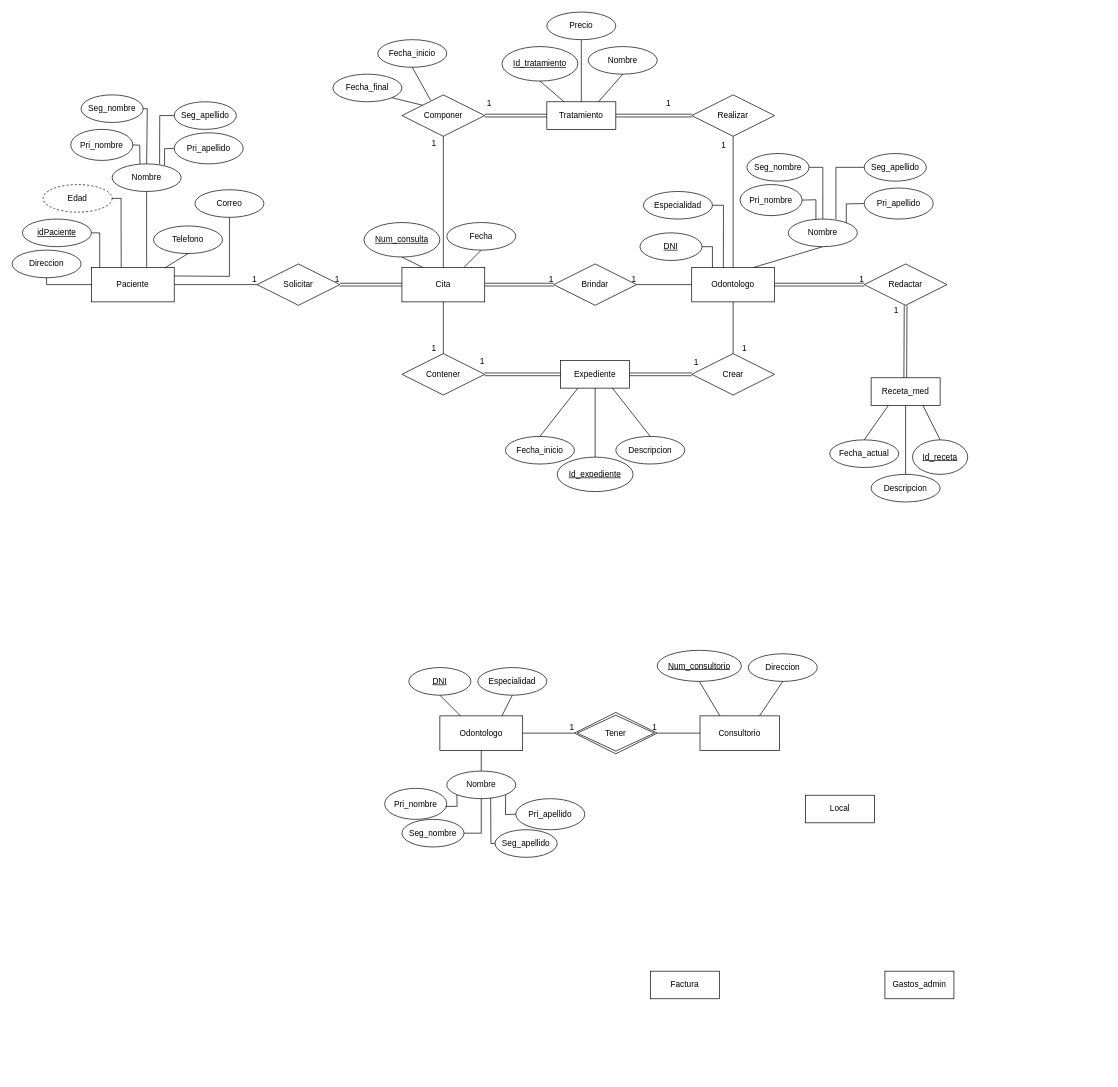
The draw.io diagram odontologia.drawio in ChessnuttGriffin/BasesDatos-AmyDiaz, before the edit. Source tidied: cells renumbered, new cells numbered last; positions are measured from the earlier drawing's top-left corner, leaving out a move shared by most shapes. Both pictures are drawn from the tidied source at 69%, with x=0, y=0 at pixel (12, 12).
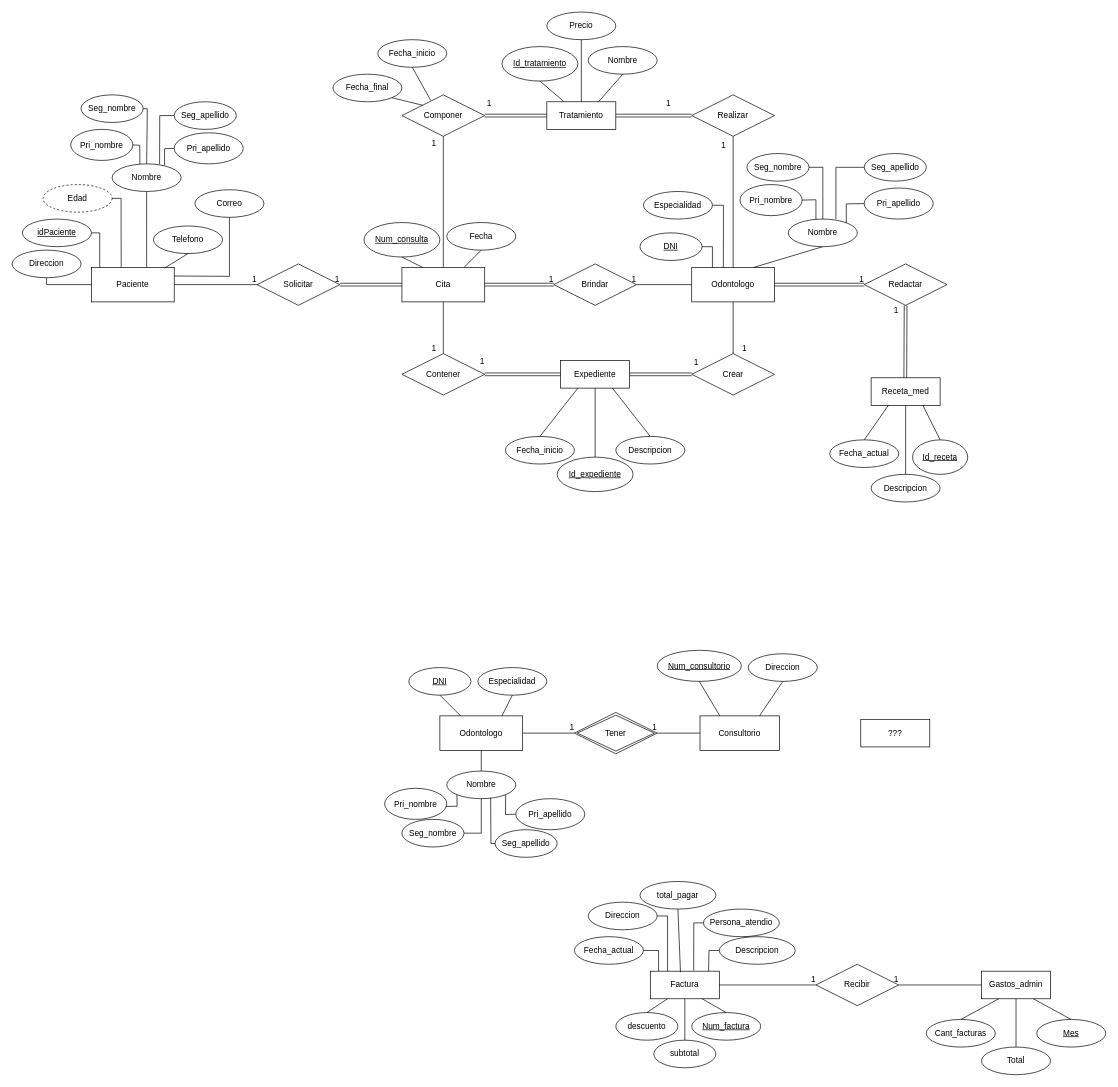
Above is the later version.

Unchanged cells that the change refers to:
```xml
<mxCell id="95" value="Factura" style="whiteSpace=wrap;html=1;align=center;" parent="1" vertex="1">
  <mxGeometry x="925" y="1390" width="100" height="40" as="geometry" />
</mxCell>
```

What changed in the source:
```diff
@@
-    <mxCell id="96" value="Local" style="whiteSpace=wrap;html=1;align=center;" parent="1" vertex="1">
-      <mxGeometry x="1150" y="1135" width="100" height="40" as="geometry" />
+    <mxCell id="96" value="???" style="whiteSpace=wrap;html=1;align=center;" parent="1" vertex="1">
+      <mxGeometry x="1230" y="1025" width="100" height="40" as="geometry" />
     </mxCell>
     <mxCell id="97" value="Gastos_admin" style="whiteSpace=wrap;html=1;align=center;" parent="1" vertex="1">
-      <mxGeometry x="1265" y="1390" width="100" height="40" as="geometry" />
+      <mxGeometry x="1405" y="1390" width="100" height="40" as="geometry" />
     </mxCell>
@@
+    <mxCell id="131" value="Num_factura" style="ellipse;whiteSpace=wrap;html=1;align=center;fontStyle=4;" parent="1" vertex="1">
+      <mxGeometry x="985" y="1450" width="100" height="40" as="geometry" />
+    </mxCell>
+    <mxCell id="132" value="Fecha_actual" style="ellipse;whiteSpace=wrap;html=1;align=center;" parent="1" vertex="1">
+      <mxGeometry x="815" y="1340" width="100" height="40" as="geometry" />
+    </mxCell>
+    <mxCell id="133" value="Direccion" style="ellipse;whiteSpace=wrap;html=1;align=center;" parent="1" vertex="1">
+      <mxGeometry x="835" y="1290" width="100" height="40" as="geometry" />
+    </mxCell>
+    <mxCell id="134" value="Persona_atendio" style="ellipse;whiteSpace=wrap;html=1;align=center;" parent="1" vertex="1">
+      <mxGeometry x="1002" y="1300" width="110" height="40" as="geometry" />
+    </mxCell>
+    <mxCell id="135" value="total_pagar" style="ellipse;whiteSpace=wrap;html=1;align=center;" parent="1" vertex="1">
+      <mxGeometry x="910" y="1260" width="110" height="40" as="geometry" />
+    </mxCell>
+    <mxCell id="136" value="Descripcion" style="ellipse;whiteSpace=wrap;html=1;align=center;" parent="1" vertex="1">
+      <mxGeometry x="1025" y="1340" width="110" height="40" as="geometry" />
+    </mxCell>
+    <mxCell id="137" value="subtotal" style="ellipse;whiteSpace=wrap;html=1;align=center;" parent="1" vertex="1">
+      <mxGeometry x="930" y="1490" width="90" height="40" as="geometry" />
+    </mxCell>
+    <mxCell id="138" value="descuento" style="ellipse;whiteSpace=wrap;html=1;align=center;" parent="1" vertex="1">
+      <mxGeometry x="875" y="1450" width="90" height="40" as="geometry" />
+    </mxCell>
+    <mxCell id="139" style="endArrow=none;html=1;rounded=0;exitX=0.437;exitY=0.038;exitDx=0;exitDy=0;entryX=0.5;entryY=1;entryDx=0;entryDy=0;exitPerimeter=0;" parent="1" edge="1" source="95" target="135">
+      <mxGeometry relative="1" as="geometry" />
+    </mxCell>
+    <mxCell id="140" style="endArrow=none;html=1;rounded=0;exitX=0.628;exitY=-0.025;exitDx=0;exitDy=0;exitPerimeter=0;entryX=0;entryY=0.5;entryDx=0;entryDy=0;" parent="1" edge="1" source="95" target="134">
+      <mxGeometry relative="1" as="geometry">
+        <Array as="points">
+          <mxPoint x="988" y="1320" />
+        </Array>
+      </mxGeometry>
+    </mxCell>
+    <mxCell id="141" style="endArrow=none;html=1;rounded=0;exitX=0.25;exitY=1;exitDx=0;exitDy=0;entryX=0.5;entryY=0;entryDx=0;entryDy=0;" parent="1" edge="1" source="95" target="138">
+      <mxGeometry relative="1" as="geometry" />
+    </mxCell>
+    <mxCell id="142" style="endArrow=none;html=1;rounded=0;exitX=0.845;exitY=-0.004;exitDx=0;exitDy=0;exitPerimeter=0;entryX=0;entryY=0.5;entryDx=0;entryDy=0;" parent="1" edge="1" source="95" target="136">
+      <mxGeometry relative="1" as="geometry">
+        <Array as="points">
+          <mxPoint x="1010" y="1360" />
+        </Array>
+      </mxGeometry>
+    </mxCell>
+    <mxCell id="143" style="endArrow=none;html=1;rounded=0;exitX=0.5;exitY=1;exitDx=0;exitDy=0;entryX=0.5;entryY=0;entryDx=0;entryDy=0;" parent="1" edge="1" source="95" target="137">
+      <mxGeometry relative="1" as="geometry" />
+    </mxCell>
+    <mxCell id="144" style="endArrow=none;html=1;rounded=0;exitX=0.75;exitY=1;exitDx=0;exitDy=0;entryX=0.5;entryY=0;entryDx=0;entryDy=0;" parent="1" edge="1" source="95" target="131">
+      <mxGeometry relative="1" as="geometry" />
+    </mxCell>
+    <mxCell id="145" style="endArrow=none;html=1;rounded=0;exitX=0.12;exitY=-0.004;exitDx=0;exitDy=0;entryX=1;entryY=0.5;entryDx=0;entryDy=0;exitPerimeter=0;" parent="1" edge="1" source="95" target="132">
+      <mxGeometry relative="1" as="geometry">
+        <Array as="points">
+          <mxPoint x="937" y="1360" />
+        </Array>
+      </mxGeometry>
+    </mxCell>
+    <mxCell id="146" style="endArrow=none;html=1;rounded=0;exitX=0.25;exitY=0;exitDx=0;exitDy=0;entryX=1;entryY=0.5;entryDx=0;entryDy=0;" parent="1" edge="1" source="95" target="133">
+      <mxGeometry relative="1" as="geometry">
+        <Array as="points">
+          <mxPoint x="950" y="1310" />
+        </Array>
+      </mxGeometry>
+    </mxCell>
+    <mxCell id="147" value="Mes" style="ellipse;whiteSpace=wrap;html=1;align=center;fontStyle=4;" parent="1" vertex="1">
+      <mxGeometry x="1485" y="1460" width="100" height="40" as="geometry" />
+    </mxCell>
+    <mxCell id="148" value="Cant_facturas" style="ellipse;whiteSpace=wrap;html=1;align=center;" parent="1" vertex="1">
+      <mxGeometry x="1325" y="1460" width="100" height="40" as="geometry" />
+    </mxCell>
+    <mxCell id="149" value="Total" style="ellipse;whiteSpace=wrap;html=1;align=center;" parent="1" vertex="1">
+      <mxGeometry x="1405" y="1500" width="100" height="40" as="geometry" />
+    </mxCell>
+    <mxCell id="150" style="endArrow=none;html=1;rounded=0;exitX=0.5;exitY=0;exitDx=0;exitDy=0;entryX=0.25;entryY=1;entryDx=0;entryDy=0;" parent="1" edge="1" source="148" target="97">
+      <mxGeometry relative="1" as="geometry" />
+    </mxCell>
+    <mxCell id="151" style="endArrow=none;html=1;rounded=0;exitX=0.5;exitY=0;exitDx=0;exitDy=0;entryX=0.5;entryY=1;entryDx=0;entryDy=0;" parent="1" edge="1" source="149" target="97">
+      <mxGeometry relative="1" as="geometry" />
+    </mxCell>
+    <mxCell id="152" style="endArrow=none;html=1;rounded=0;exitX=0.5;exitY=0;exitDx=0;exitDy=0;entryX=0.75;entryY=1;entryDx=0;entryDy=0;" parent="1" edge="1" source="147" target="97">
+      <mxGeometry relative="1" as="geometry" />
+    </mxCell>
+    <mxCell id="153" value="Recibir" style="shape=rhombus;perimeter=rhombusPerimeter;whiteSpace=wrap;html=1;align=center;" parent="1" vertex="1">
+      <mxGeometry x="1165" y="1380" width="120" height="60" as="geometry" />
+    </mxCell>
+    <mxCell id="154" style="endArrow=none;html=1;rounded=0;exitX=1;exitY=0.5;exitDx=0;exitDy=0;entryX=0;entryY=0.5;entryDx=0;entryDy=0;" parent="1" edge="1" source="95" target="153">
+      <mxGeometry relative="1" as="geometry" />
+    </mxCell>
+    <mxCell id="155" value="1" style="html=1;align=right;verticalAlign=bottom;" parent="154" vertex="1">
+      <mxGeometry x="1" relative="1" as="geometry" />
+    </mxCell>
+    <mxCell id="156" style="endArrow=none;html=1;rounded=0;exitX=0;exitY=0.5;exitDx=0;exitDy=0;entryX=1;entryY=0.5;entryDx=0;entryDy=0;" parent="1" edge="1" source="97" target="153">
+      <mxGeometry relative="1" as="geometry" />
+    </mxCell>
+    <mxCell id="157" value="1" style="html=1;align=right;verticalAlign=bottom;" parent="156" vertex="1">
+      <mxGeometry x="1" relative="1" as="geometry" />
+    </mxCell>
```
